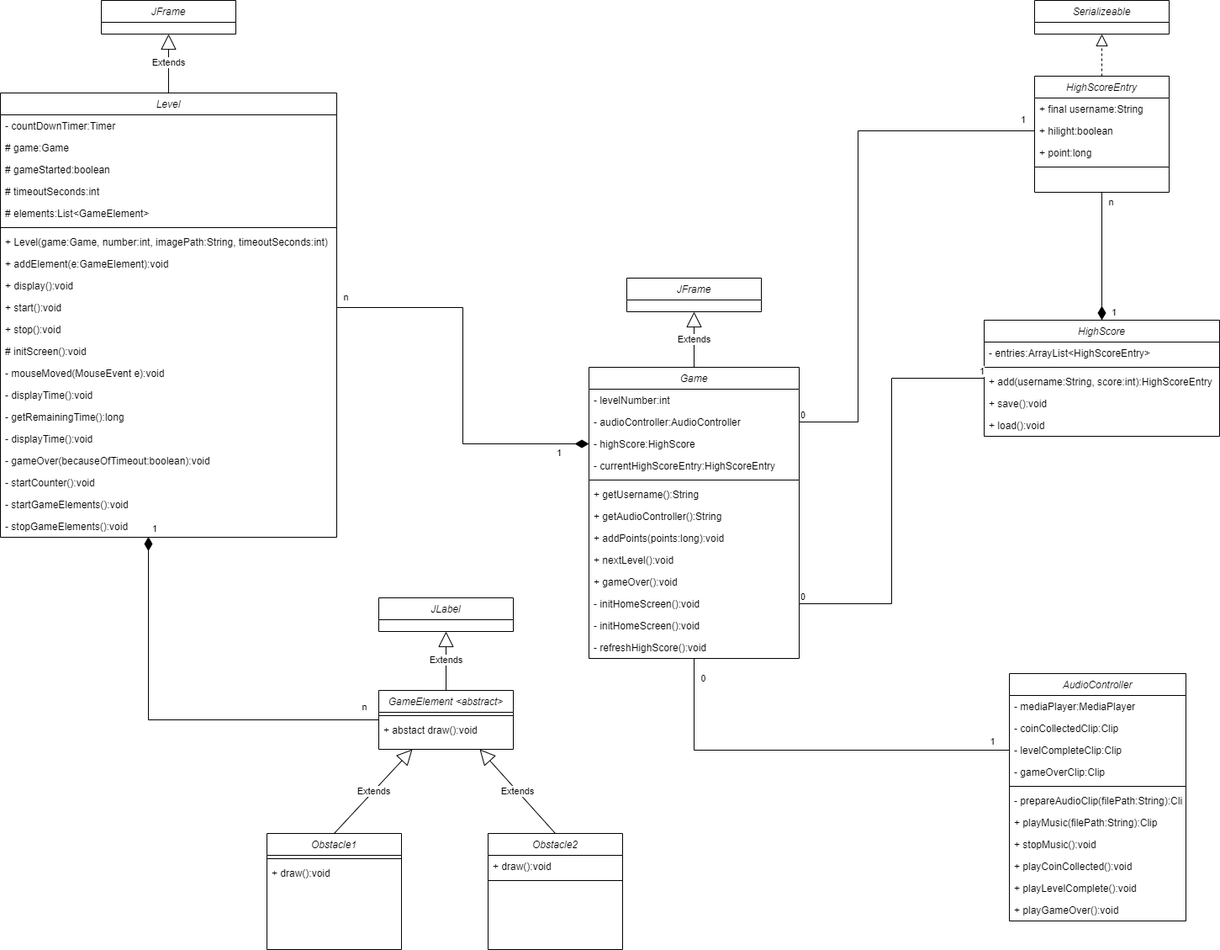
Above: documents/class-diagram.png in MightyModerator/donttouchthewall (draw.io), before the change. Source tidied: cells renumbered, new cells last; positions are measured from the earlier drawing's top-left corner, leaving out a move shared by most shapes.
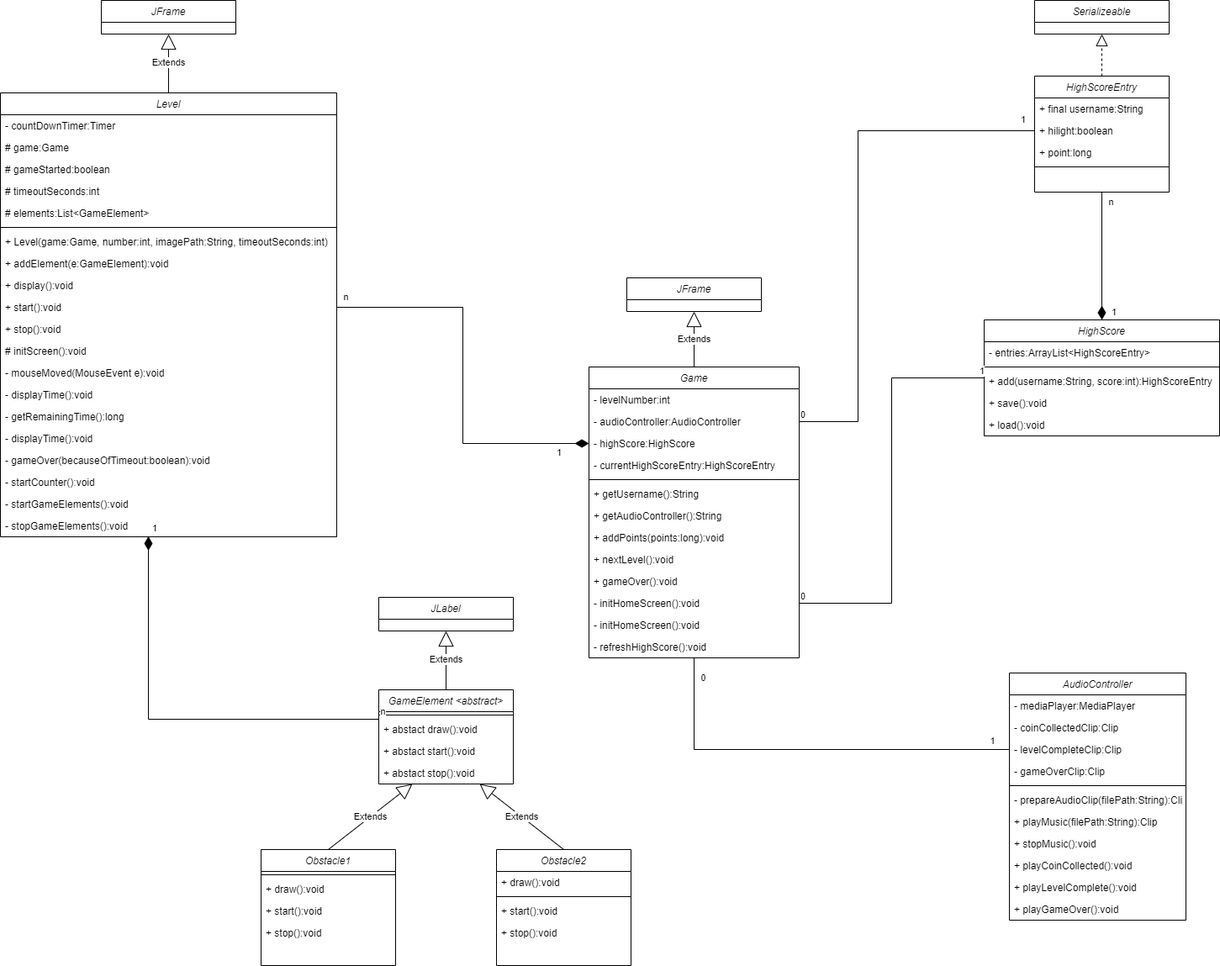
The same file after the commit.

Change to the diagram source:
```diff
@@ -121,7 +121,7 @@
       <mxGeometry y="502" width="400" height="26" as="geometry" />
     </mxCell>
     <mxCell id="40" value="GameElement &lt;abstract&gt;" style="swimlane;fontStyle=2;align=center;verticalAlign=top;horizontal=1;startSize=26;rounded=0;shadow=0;strokeWidth=1;" parent="1" vertex="1">
-      <mxGeometry x="450" y="820" width="160" height="70" as="geometry" />
+      <mxGeometry x="450" y="820" width="160" height="112" as="geometry" />
     </mxCell>
     <mxCell id="41" style="line;html=1;strokeWidth=1;align=left;verticalAlign=middle;spacingTop=-1;spacingLeft=3;spacingRight=3;labelPosition=right;" parent="40" vertex="1">
       <mxGeometry y="26" width="160" height="8" as="geometry" />
@@ -129,8 +129,14 @@
     <mxCell id="42" value="+ abstact draw():void" style="text;strokeColor=none;fillColor=none;align=left;verticalAlign=top;spacingLeft=4;spacingRight=4;overflow=hidden;" parent="40" vertex="1">
       <mxGeometry y="34" width="160" height="26" as="geometry" />
     </mxCell>
+    <mxCell id="94" value="+ abstact start():void" style="text;strokeColor=none;fillColor=none;align=left;verticalAlign=top;spacingLeft=4;spacingRight=4;overflow=hidden;" parent="40" vertex="1">
+      <mxGeometry y="60" width="160" height="26" as="geometry" />
+    </mxCell>
+    <mxCell id="95" value="+ abstact stop():void" style="text;strokeColor=none;fillColor=none;align=left;verticalAlign=top;spacingLeft=4;spacingRight=4;overflow=hidden;" parent="40" vertex="1">
+      <mxGeometry y="86" width="160" height="26" as="geometry" />
+    </mxCell>
     <mxCell id="43" value="Obstacle1" style="swimlane;fontStyle=2;align=center;verticalAlign=top;horizontal=1;startSize=26;rounded=0;shadow=0;strokeWidth=1;" parent="1" vertex="1">
-      <mxGeometry x="317" y="990" width="160" height="138" as="geometry" />
+      <mxGeometry x="310" y="1010" width="160" height="138" as="geometry" />
     </mxCell>
     <mxCell id="44" style="line;html=1;strokeWidth=1;align=left;verticalAlign=middle;spacingTop=-1;spacingLeft=3;spacingRight=3;labelPosition=right;" parent="43" vertex="1">
       <mxGeometry y="26" width="160" height="8" as="geometry" />
@@ -138,11 +144,17 @@
     <mxCell id="45" value="+ draw():void" style="text;strokeColor=none;fillColor=none;align=left;verticalAlign=top;spacingLeft=4;spacingRight=4;overflow=hidden;" parent="43" vertex="1">
       <mxGeometry y="34" width="160" height="26" as="geometry" />
     </mxCell>
+    <mxCell id="96" value="+ start():void" style="text;strokeColor=none;fillColor=none;align=left;verticalAlign=top;spacingLeft=4;spacingRight=4;overflow=hidden;" parent="43" vertex="1">
+      <mxGeometry y="60" width="160" height="26" as="geometry" />
+    </mxCell>
+    <mxCell id="97" value="+ stop():void" style="text;strokeColor=none;fillColor=none;align=left;verticalAlign=top;spacingLeft=4;spacingRight=4;overflow=hidden;" parent="43" vertex="1">
+      <mxGeometry y="86" width="160" height="26" as="geometry" />
+    </mxCell>
     <mxCell id="46" value="Extends" style="endArrow=block;endSize=16;endFill=0;html=1;rounded=0;exitX=0.5;exitY=0;exitDx=0;exitDy=0;entryX=0.25;entryY=1;entryDx=0;entryDy=0;" parent="1" edge="1" source="43" target="40">
       <mxGeometry relative="1" as="geometry" />
     </mxCell>
     <mxCell id="47" value="Obstacle2" style="swimlane;fontStyle=2;align=center;verticalAlign=top;horizontal=1;startSize=26;rounded=0;shadow=0;strokeWidth=1;" parent="1" vertex="1">
-      <mxGeometry x="580" y="990" width="160" height="138" as="geometry" />
+      <mxGeometry x="590" y="1010" width="160" height="138" as="geometry" />
     </mxCell>
     <mxCell id="48" value="+ draw():void" style="text;strokeColor=none;fillColor=none;align=left;verticalAlign=top;spacingLeft=4;spacingRight=4;overflow=hidden;" parent="47" vertex="1">
       <mxGeometry y="26" width="160" height="26" as="geometry" />
@@ -150,6 +162,12 @@
     <mxCell id="49" style="line;html=1;strokeWidth=1;align=left;verticalAlign=middle;spacingTop=-1;spacingLeft=3;spacingRight=3;labelPosition=right;" parent="47" vertex="1">
       <mxGeometry y="52" width="160" height="8" as="geometry" />
     </mxCell>
+    <mxCell id="98" value="+ start():void" style="text;strokeColor=none;fillColor=none;align=left;verticalAlign=top;spacingLeft=4;spacingRight=4;overflow=hidden;" parent="47" vertex="1">
+      <mxGeometry y="60" width="160" height="26" as="geometry" />
+    </mxCell>
+    <mxCell id="99" value="+ stop():void" style="text;strokeColor=none;fillColor=none;align=left;verticalAlign=top;spacingLeft=4;spacingRight=4;overflow=hidden;" parent="47" vertex="1">
+      <mxGeometry y="86" width="160" height="26" as="geometry" />
+    </mxCell>
     <mxCell id="50" value="Extends" style="endArrow=block;endSize=16;endFill=0;html=1;rounded=0;exitX=0.5;exitY=0;exitDx=0;exitDy=0;entryX=0.75;entryY=1;entryDx=0;entryDy=0;" parent="1" edge="1" source="47" target="40">
       <mxGeometry relative="1" as="geometry" />
     </mxCell>
```
